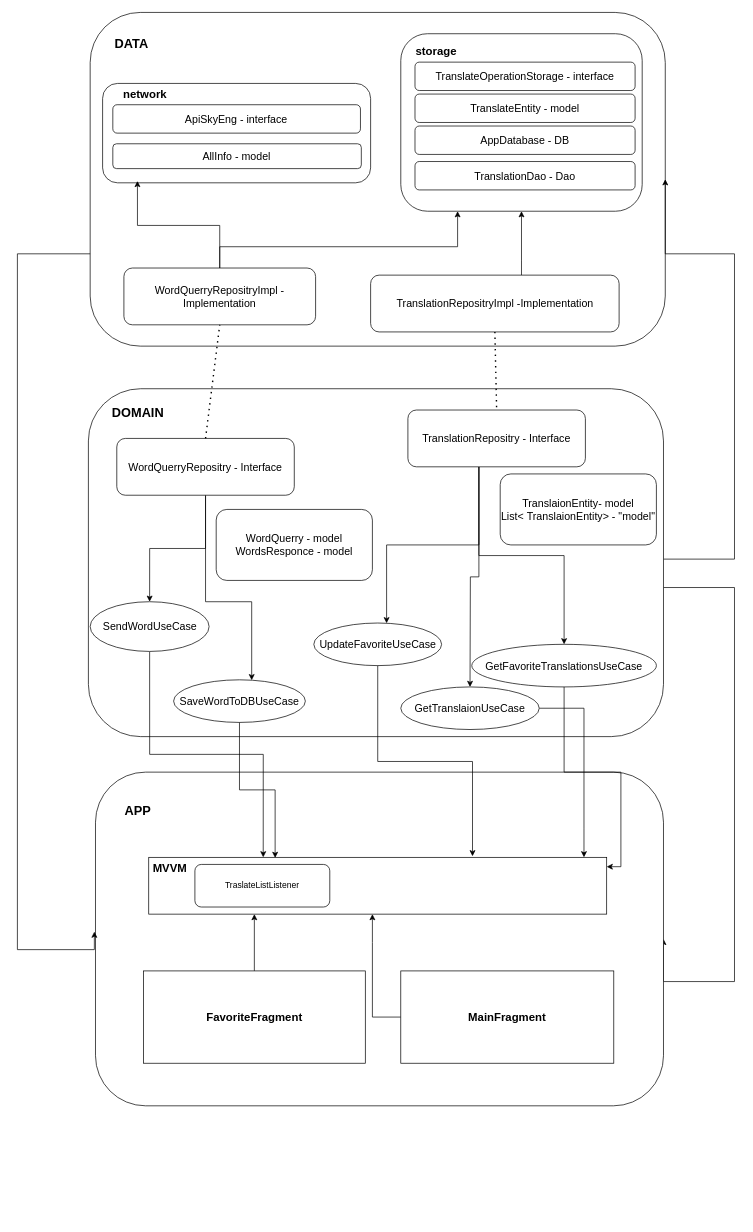
Earlier version of the draw.io diagram architecture.drawio (borsalinho/translator). Source tidied: cells renumbered, new cells numbered last; positions are measured from the earlier drawing's top-left corner, leaving out a move shared by most shapes. Both pictures are drawn from the tidied source at 71%, with x=0, y=0 at pixel (17, 12).
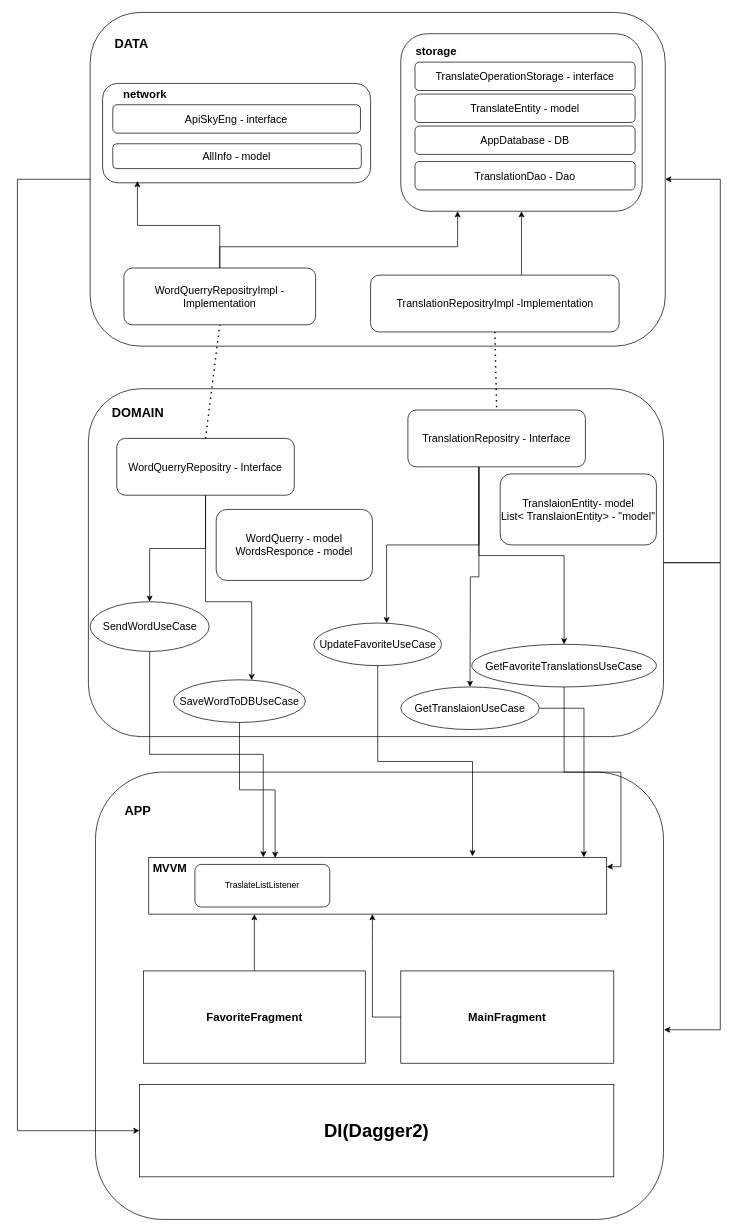
After the change.

Unchanged cells that the change refers to:
```xml
<mxCell id="3" style="rounded=1;whiteSpace=wrap;html=1;" parent="1" vertex="1">
  <mxGeometry x="102.5" width="810" height="470" as="geometry" />
</mxCell>
<mxCell id="7" style="rounded=1;whiteSpace=wrap;html=1;" parent="1" vertex="1">
  <mxGeometry x="100" y="530" width="810" height="490" as="geometry" />
</mxCell>
```

The edit, as a diff of the source:
```diff
@@
-    <mxCell id="5" style="edgeStyle=orthogonalEdgeStyle;rounded=0;jettySize=auto;html=1;entryX=1;entryY=0.5;entryDx=0;entryDy=0;" parent="1" edge="1" source="7" target="9">
-      <mxGeometry relative="1" as="geometry">
-        <Array as="points">
-          <mxPoint x="1010" y="810" />
-          <mxPoint x="1010" y="1365" />
-        </Array>
-      </mxGeometry>
-    </mxCell>
     <mxCell id="6" style="edgeStyle=orthogonalEdgeStyle;rounded=0;jettySize=auto;html=1;entryX=1;entryY=0.5;entryDx=0;entryDy=0;" parent="1" edge="1" source="7" target="3">
       <mxGeometry relative="1" as="geometry">
         <Array as="points">
-          <mxPoint x="1010" y="770" />
-          <mxPoint x="1010" y="340" />
+          <mxPoint x="990" y="775" />
+          <mxPoint x="990" y="235" />
         </Array>
       </mxGeometry>
     </mxCell>
@@
     <mxCell id="9" style="rounded=1;whiteSpace=wrap;html=1;" parent="1" vertex="1">
-      <mxGeometry x="110" y="1070" width="800" height="470" as="geometry" />
+      <mxGeometry x="110" y="1070" width="800" height="630" as="geometry" />
     </mxCell>
@@
-    <mxCell id="25" style="edgeStyle=orthogonalEdgeStyle;rounded=0;jettySize=auto;html=1;entryX=-0.002;entryY=0.478;entryDx=0;entryDy=0;entryPerimeter=0;" parent="1" edge="1" source="3" target="9">
-      <mxGeometry relative="1" as="geometry">
-        <Array as="points">
-          <mxPoint y="340" />
-          <mxPoint y="1320" />
-          <mxPoint x="108" y="1320" />
-        </Array>
-      </mxGeometry>
-    </mxCell>
@@
+    <mxCell id="57" value="&lt;b&gt;&lt;font style=&quot;font-size: 26px;&quot;&gt;DI(Dagger2)&lt;/font&gt;&lt;/b&gt;" style="rounded=0;whiteSpace=wrap;html=1;" parent="1" vertex="1">
+      <mxGeometry x="171.9" y="1510" width="668.1" height="130" as="geometry" />
+    </mxCell>
+    <mxCell id="5" style="edgeStyle=orthogonalEdgeStyle;rounded=0;jettySize=auto;html=1;entryX=1.001;entryY=0.576;entryDx=0;entryDy=0;entryPerimeter=0;" parent="1" edge="1" source="7" target="9">
+      <mxGeometry relative="1" as="geometry">
+        <Array as="points">
+          <mxPoint x="990" y="775" />
+          <mxPoint x="990" y="1433" />
+        </Array>
+      </mxGeometry>
+    </mxCell>
+    <mxCell id="58" style="edgeStyle=orthogonalEdgeStyle;rounded=0;jettySize=auto;html=1;entryX=0;entryY=0.5;entryDx=0;entryDy=0;" parent="1" edge="1" source="3" target="57">
+      <mxGeometry relative="1" as="geometry">
+        <Array as="points">
+          <mxPoint y="235" />
+          <mxPoint y="1575" />
+        </Array>
+      </mxGeometry>
+    </mxCell>
```
